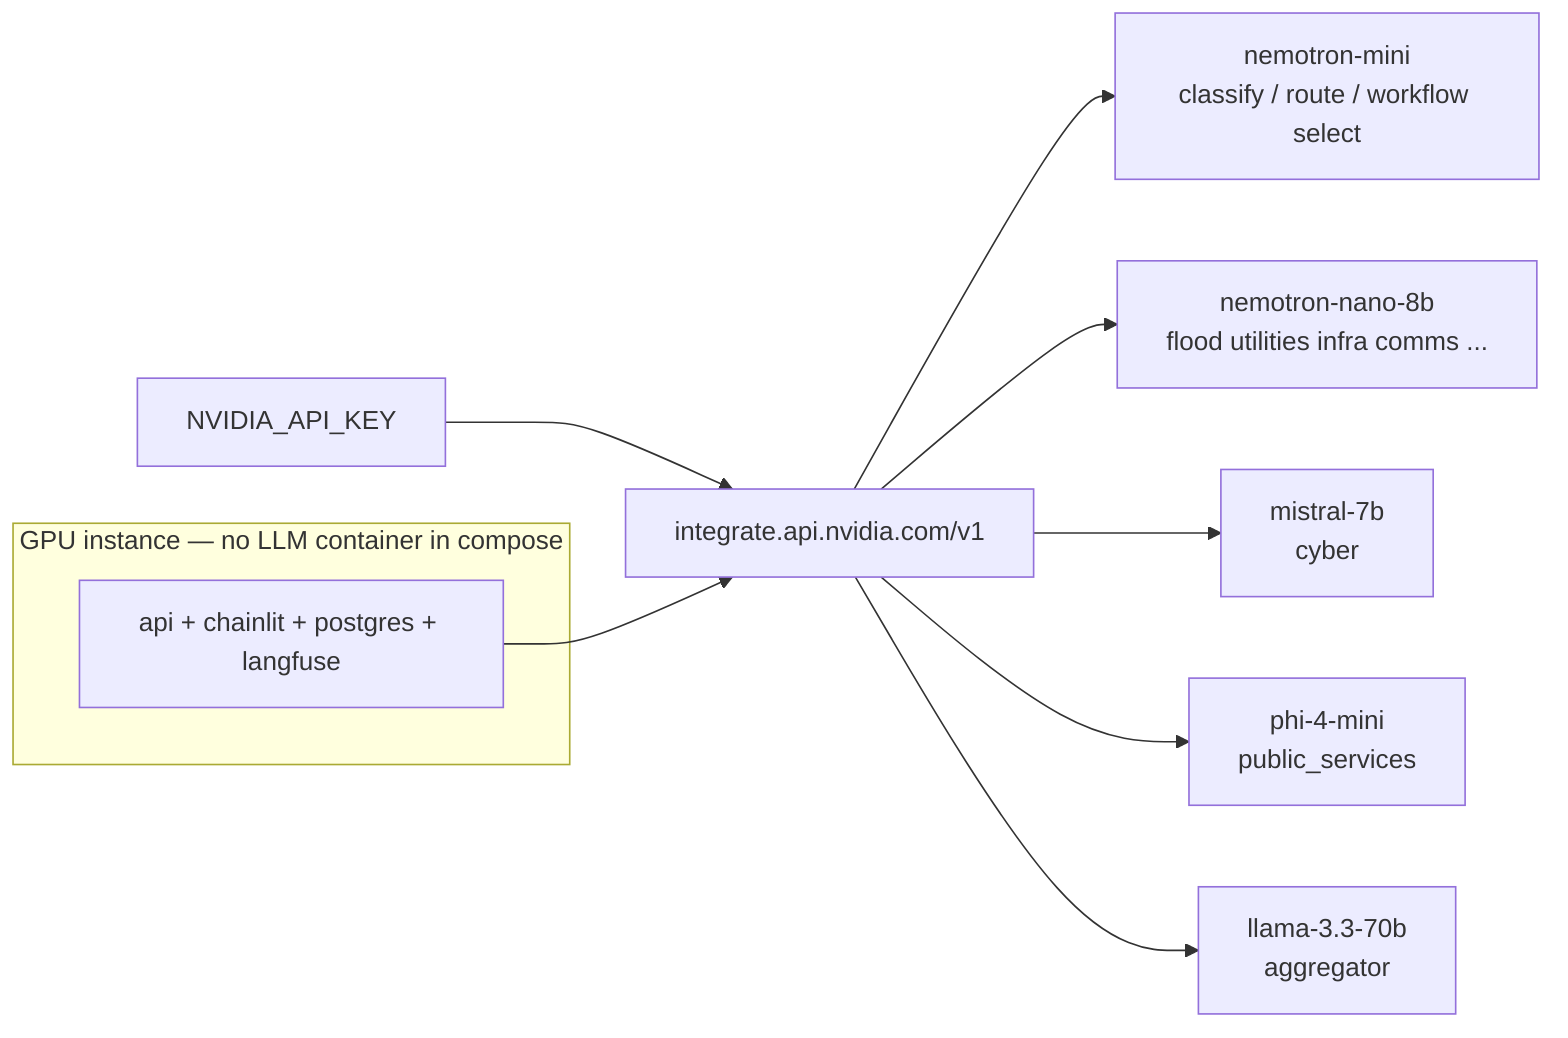
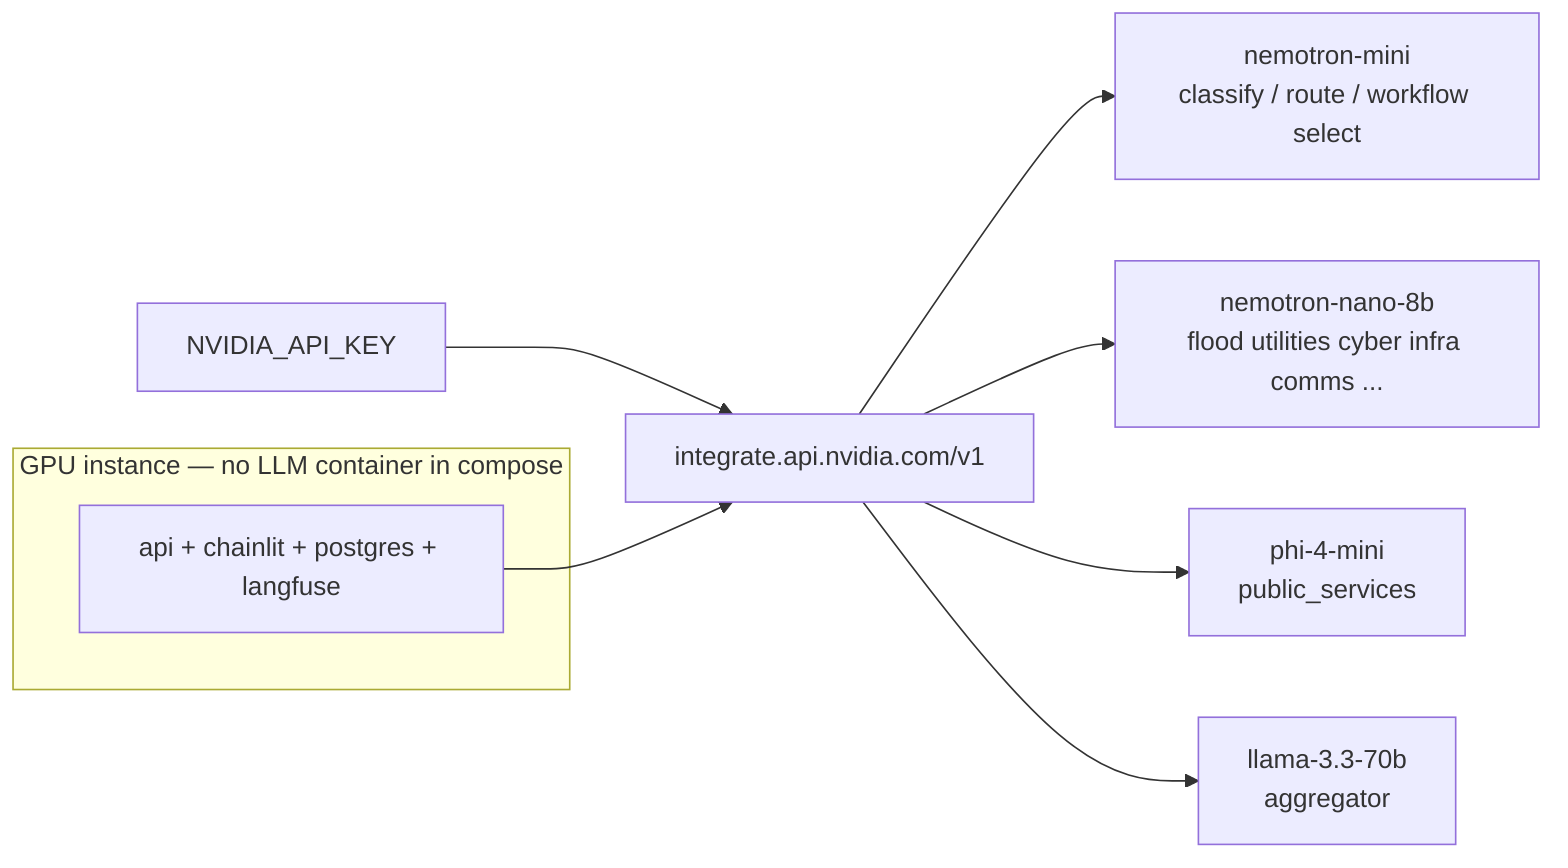
flowchart LR
  KEY[NVIDIA_API_KEY]
  API[integrate.api.nvidia.com/v1]

  KEY --> API

  API --> M1[nemotron-mini<br/>classify / route / workflow select]
-   API --> M2[nemotron-nano-8b<br/>flood utilities infra comms ...]
-   API --> M3[mistral-7b<br/>cyber]
+   API --> M2[nemotron-nano-8b<br/>flood utilities cyber infra comms ...]
  API --> M4[phi-4-mini<br/>public_services]
  API --> M5[llama-3.3-70b<br/>aggregator]

  subgraph host["GPU instance — no LLM container in compose"]
    APP[api + chainlit + postgres + langfuse]
  end

  APP --> API
